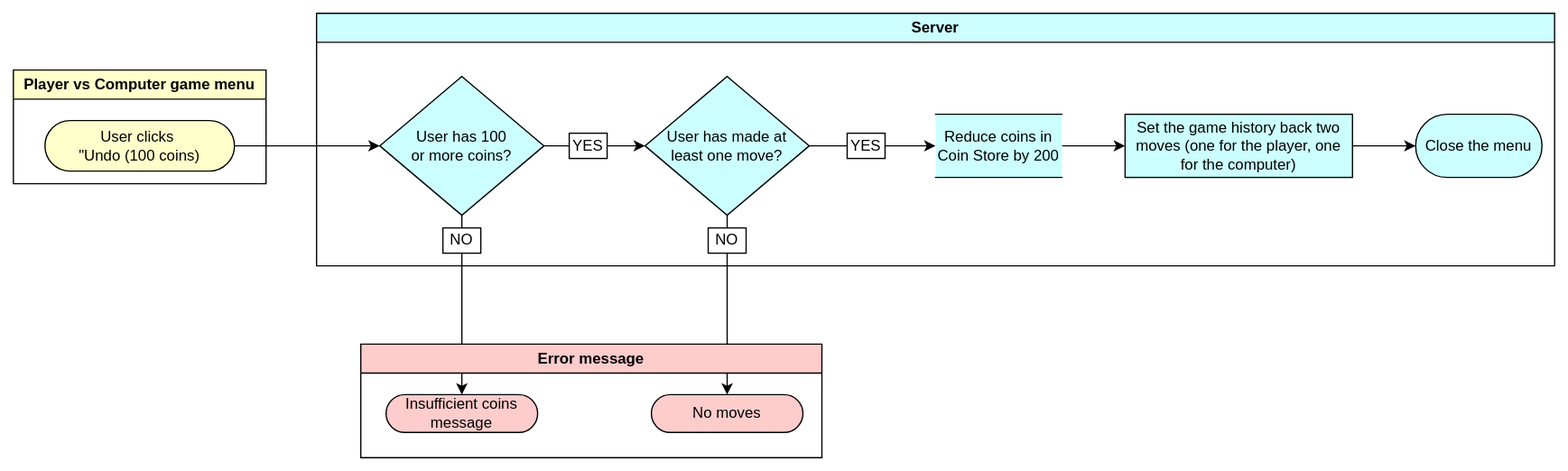
Above: docs/images/undo-a-move.drawio.svg in Rakshitg600/Notakto-website (draw.io), before the change. Source tidied: cells renumbered, new cells last; positions are measured from the earlier drawing's top-left corner, leaving out a move shared by most shapes.
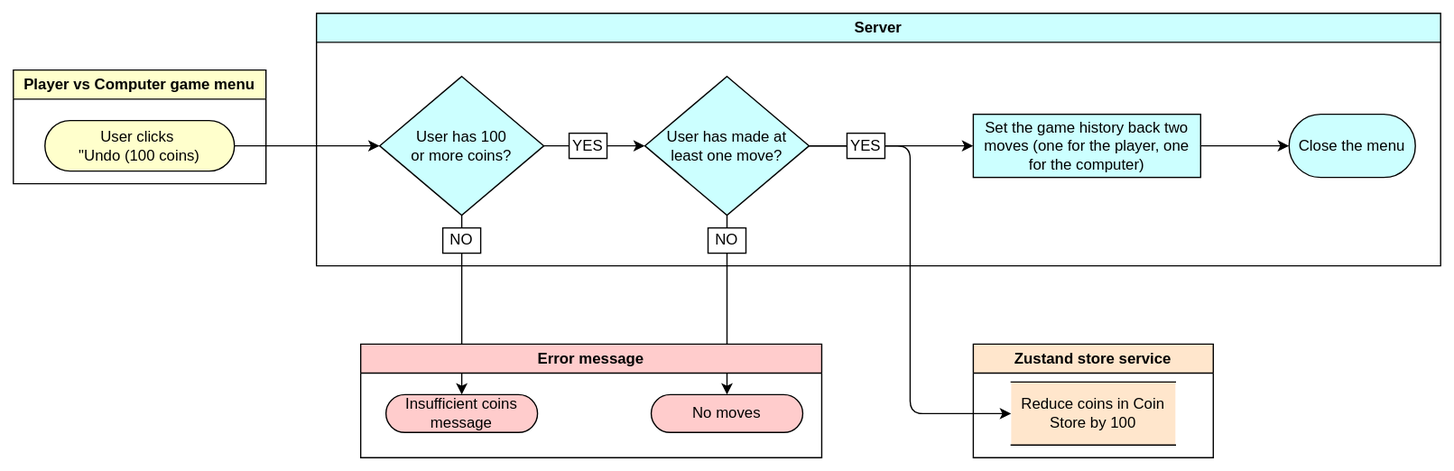
After the commit.

What changed in the source:
```diff
@@ -2,10 +2,18 @@
   <root>
     <mxCell id="0" />
     <mxCell id="1" parent="0" />
+    <mxCell id="11" style="edgeStyle=orthogonalEdgeStyle;rounded=1;jettySize=auto;html=1;fillColor=#CCFFFF;curved=0;" parent="1" edge="1" source="13" target="26">
+      <mxGeometry relative="1" as="geometry">
+        <Array as="points">
+          <mxPoint x="710" y="105" />
+          <mxPoint x="710" y="317" />
+        </Array>
+      </mxGeometry>
+    </mxCell>
-    <mxCell id="2" style="edgeStyle=orthogonalEdgeStyle;rounded=0;jettySize=auto;html=1;" parent="1" edge="1" source="13" target="23">
+    <mxCell id="2" style="edgeStyle=orthogonalEdgeStyle;rounded=1;jettySize=auto;html=1;curved=0;" parent="1" edge="1" source="13" target="23">
       <mxGeometry relative="1" as="geometry" />
     </mxCell>
-    <mxCell id="3" style="edgeStyle=orthogonalEdgeStyle;rounded=0;jettySize=auto;html=1;" parent="1" edge="1" source="10" target="22">
+    <mxCell id="3" style="edgeStyle=orthogonalEdgeStyle;rounded=1;jettySize=auto;html=1;curved=0;" parent="1" edge="1" source="10" target="22">
       <mxGeometry relative="1" as="geometry" />
     </mxCell>
     <mxCell id="4" value="Player vs Computer game menu" style="swimlane;whiteSpace=wrap;html=1;fillColor=#FFFFCC;" parent="1" vertex="1">
@@ -15,30 +23,24 @@
       <mxGeometry x="25" y="40" width="150" height="40" as="geometry" />
     </mxCell>
     <mxCell id="6" value="Server" style="swimlane;whiteSpace=wrap;html=1;fillColor=#CCFFFF;" parent="1" vertex="1">
-      <mxGeometry x="240" width="980" height="200" as="geometry" />
+      <mxGeometry x="240" width="890" height="200" as="geometry" />
     </mxCell>
-    <mxCell id="7" style="edgeStyle=orthogonalEdgeStyle;rounded=0;jettySize=auto;html=1;fillColor=#CCFFFF;" parent="6" edge="1" source="8" target="9">
-      <mxGeometry relative="1" as="geometry" />
-    </mxCell>
-    <mxCell id="8" value="Reduce coins in Coin Store by 200" style="html=1;dashed=0;whiteSpace=wrap;fillColor=#CCFFFF;shape=partialRectangle;right=0;left=0;" parent="6" vertex="1">
-      <mxGeometry x="490" y="80" width="100" height="50" as="geometry" />
-    </mxCell>
     <mxCell id="9" value="Set the game history back two moves (one for the player, one for the computer)" style="html=1;dashed=0;whiteSpace=wrap;fillColor=#CCFFFF;" parent="6" vertex="1">
-      <mxGeometry x="640" y="80" width="180" height="50" as="geometry" />
+      <mxGeometry x="520" y="80" width="180" height="50" as="geometry" />
     </mxCell>
     <mxCell id="10" value="&lt;div&gt;User has 100&lt;/div&gt;&lt;div&gt;or more coins?&lt;/div&gt;" style="shape=rhombus;html=1;dashed=0;whiteSpace=wrap;perimeter=rhombusPerimeter;fillColor=#CCFFFF;" parent="6" vertex="1">
       <mxGeometry x="50" y="50" width="130" height="110" as="geometry" />
     </mxCell>
-    <mxCell id="11" style="edgeStyle=orthogonalEdgeStyle;rounded=0;jettySize=auto;html=1;fillColor=#CCFFFF;" parent="6" edge="1" source="13" target="8">
-      <mxGeometry relative="1" as="geometry" />
-    </mxCell>
     <mxCell id="12" value="NO" style="rounded=0;whiteSpace=wrap;html=1;fillColor=default;" parent="6" vertex="1">
       <mxGeometry x="100" y="170" width="30" height="20" as="geometry" />
     </mxCell>
+    <mxCell id="24" style="edgeStyle=orthogonalEdgeStyle;rounded=1;jettySize=auto;html=1;curved=0;" parent="6" edge="1" source="13" target="9">
+      <mxGeometry relative="1" as="geometry" />
+    </mxCell>
     <mxCell id="13" value="&lt;div&gt;User has made at&lt;/div&gt;&lt;div&gt;least one move?&lt;/div&gt;" style="shape=rhombus;html=1;dashed=0;whiteSpace=wrap;perimeter=rhombusPerimeter;fillColor=#CCFFFF;" parent="6" vertex="1">
       <mxGeometry x="260" y="50" width="130" height="110" as="geometry" />
     </mxCell>
-    <mxCell id="14" style="edgeStyle=orthogonalEdgeStyle;rounded=0;jettySize=auto;html=1;fillColor=#CCFFFF;" parent="6" edge="1" source="10" target="13">
+    <mxCell id="14" style="edgeStyle=orthogonalEdgeStyle;rounded=1;jettySize=auto;html=1;fillColor=#CCFFFF;curved=0;" parent="6" edge="1" source="10" target="13">
       <mxGeometry relative="1" as="geometry" />
     </mxCell>
     <mxCell id="15" value="YES" style="rounded=0;whiteSpace=wrap;html=1;fillColor=default;" parent="6" vertex="1">
@@ -51,12 +53,12 @@
       <mxGeometry x="420" y="95" width="30" height="20" as="geometry" />
     </mxCell>
     <mxCell id="18" value="Close the menu" style="html=1;dashed=0;whiteSpace=wrap;shape=mxgraph.dfd.start;fillColor=#CCFFFF;" parent="6" vertex="1">
-      <mxGeometry x="870" y="80" width="100" height="50" as="geometry" />
+      <mxGeometry x="770" y="80" width="100" height="50" as="geometry" />
     </mxCell>
-    <mxCell id="19" style="edgeStyle=orthogonalEdgeStyle;rounded=0;jettySize=auto;html=1;fillColor=#CCFFFF;" parent="6" edge="1" source="9" target="18">
+    <mxCell id="19" style="edgeStyle=orthogonalEdgeStyle;rounded=1;jettySize=auto;html=1;fillColor=#CCFFFF;curved=0;" parent="6" edge="1" source="9" target="18">
       <mxGeometry relative="1" as="geometry" />
     </mxCell>
-    <mxCell id="20" style="edgeStyle=orthogonalEdgeStyle;rounded=0;jettySize=auto;html=1;" parent="1" edge="1" source="5" target="10">
+    <mxCell id="20" style="edgeStyle=orthogonalEdgeStyle;rounded=1;jettySize=auto;html=1;curved=0;" parent="1" edge="1" source="5" target="10">
       <mxGeometry relative="1" as="geometry" />
     </mxCell>
     <mxCell id="21" value="Error message" style="swimlane;whiteSpace=wrap;html=1;fillColor=#FFCCCC;" parent="1" vertex="1">
@@ -68,5 +70,11 @@
     <mxCell id="23" value="No moves" style="html=1;dashed=0;whiteSpace=wrap;shape=mxgraph.dfd.start;fillColor=#FFCCCC;" parent="21" vertex="1">
       <mxGeometry x="230" y="40" width="120" height="30" as="geometry" />
     </mxCell>
+    <mxCell id="25" value="Zustand store service" style="swimlane;whiteSpace=wrap;html=1;fillColor=#FFE6CC;" parent="1" vertex="1">
+      <mxGeometry x="760" y="262" width="190" height="90" as="geometry" />
+    </mxCell>
+    <mxCell id="26" value="Reduce coins in Coin Store by 100" style="html=1;dashed=0;whiteSpace=wrap;fillColor=#FFE6CC;shape=partialRectangle;right=0;left=0;" parent="25" vertex="1">
+      <mxGeometry x="30" y="30" width="130" height="50" as="geometry" />
+    </mxCell>
   </root>
 </mxGraphModel>
```
